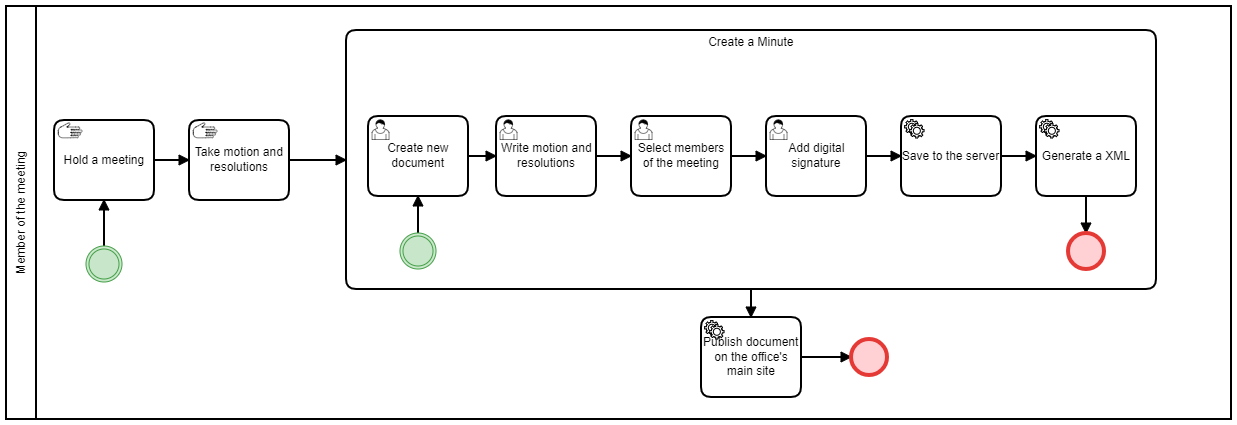
Earlier version of the BPMN export Documentation/BPMN/Image/Minute.png (abiisnn/Digital-Office). Its source is kept beside it as Documentation/BPMN/Minute.bpmn. Ids are renumbered.
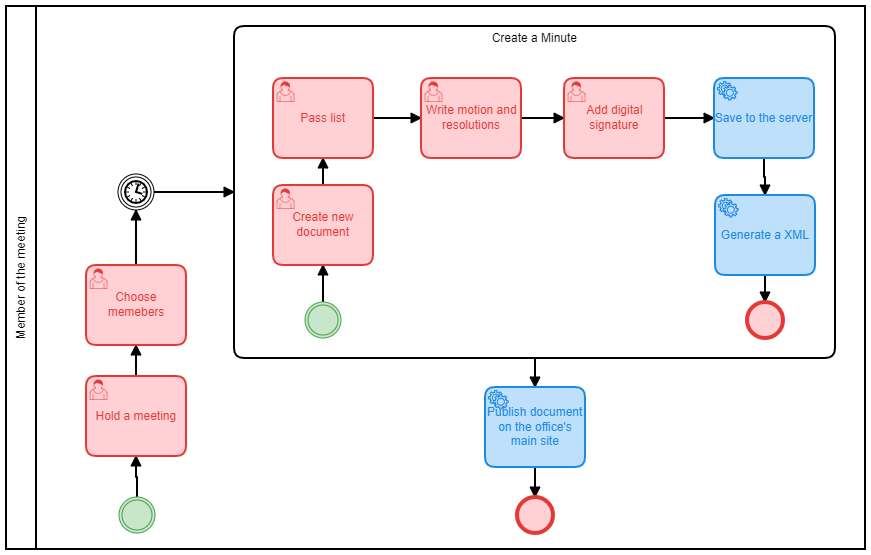
After the commit.

Diff of the diagram source:
```diff
@@ -3,12 +3,21 @@
     <bpmn:participant id="Participant_n3" name="Member of the meeting" processRef="Process_n4" />
   </bpmn:collaboration>
   <bpmn:process id="Process_n4" isExecutable="false">
+    <bpmn:sequenceFlow id="SequenceFlow_n29" sourceRef="Task_n7" targetRef="EndEvent_n30" />
+    <bpmn:sequenceFlow id="SequenceFlow_n12" sourceRef="IntermediateThrowEvent_n13" targetRef="Task_n11" />
     <bpmn:sequenceFlow id="SequenceFlow_n5" sourceRef="SubProcess_n6" targetRef="Task_n7" />
-    <bpmn:sequenceFlow id="SequenceFlow_n8" sourceRef="Task_n9" targetRef="SubProcess_n6" />
+    <bpmn:userTask id="Task_n11" name="Hold a meeting">
+      <bpmn:incoming>SequenceFlow_n12</bpmn:incoming>
+      <bpmn:outgoing>SequenceFlow_n10</bpmn:outgoing>
+    </bpmn:userTask>
+    <bpmn:userTask id="Task_n9" name="Choose memebers ">
+      <bpmn:incoming>SequenceFlow_n10</bpmn:incoming>
+      <bpmn:outgoing>SequenceFlow_n31</bpmn:outgoing>
+    </bpmn:userTask>
     <bpmn:sequenceFlow id="SequenceFlow_n10" sourceRef="Task_n11" targetRef="Task_n9" />
-    <bpmn:sequenceFlow id="SequenceFlow_n12" sourceRef="IntermediateThrowEvent_n13" targetRef="Task_n11" />
+    <bpmn:sequenceFlow id="SequenceFlow_n31" sourceRef="Task_n9" targetRef="IntermediateThrowEvent_n32" />
     <bpmn:subProcess id="SubProcess_n6" name="Create a Minute">
-      <bpmn:incoming>SequenceFlow_n8</bpmn:incoming>
+      <bpmn:incoming>SequenceFlow_n33</bpmn:incoming>
       <bpmn:outgoing>SequenceFlow_n5</bpmn:outgoing>
       <bpmn:intermediateThrowEvent id="IntermediateThrowEvent_n14">
         <bpmn:outgoing>SequenceFlow_n15</bpmn:outgoing>
@@ -16,21 +25,16 @@
       <bpmn:sequenceFlow id="SequenceFlow_n15" sourceRef="IntermediateThrowEvent_n14" targetRef="Task_n16" />
       <bpmn:userTask id="Task_n16" name="Create new document">
         <bpmn:incoming>SequenceFlow_n15</bpmn:incoming>
-        <bpmn:outgoing>SequenceFlow_n17</bpmn:outgoing>
+        <bpmn:outgoing>SequenceFlow_n34</bpmn:outgoing>
       </bpmn:userTask>
-      <bpmn:sequenceFlow id="SequenceFlow_n17" sourceRef="Task_n16" targetRef="Task_n18" />
+      <bpmn:sequenceFlow id="SequenceFlow_n17" sourceRef="Task_n35" targetRef="Task_n18" />
       <bpmn:userTask id="Task_n18" name="Write motion and resolutions ">
         <bpmn:incoming>SequenceFlow_n17</bpmn:incoming>
         <bpmn:outgoing>SequenceFlow_n19</bpmn:outgoing>
       </bpmn:userTask>
-      <bpmn:sequenceFlow id="SequenceFlow_n19" sourceRef="Task_n18" targetRef="Task_n20" />
-      <bpmn:userTask id="Task_n20" name="Select members of the meeting">
+      <bpmn:sequenceFlow id="SequenceFlow_n19" sourceRef="Task_n18" targetRef="Task_n22" />
+      <bpmn:userTask id="Task_n22" name="Add digital signature">
         <bpmn:incoming>SequenceFlow_n19</bpmn:incoming>
-        <bpmn:outgoing>SequenceFlow_n21</bpmn:outgoing>
-      </bpmn:userTask>
-      <bpmn:sequenceFlow id="SequenceFlow_n21" sourceRef="Task_n20" targetRef="Task_n22" />
-      <bpmn:userTask id="Task_n22" name="Add digital signature">
-        <bpmn:incoming>SequenceFlow_n21</bpmn:incoming>
         <bpmn:outgoing>SequenceFlow_n23</bpmn:outgoing>
       </bpmn:userTask>
       <bpmn:sequenceFlow id="SequenceFlow_n23" sourceRef="Task_n22" targetRef="Task_n24" />
@@ -47,124 +51,137 @@
         <bpmn:incoming>SequenceFlow_n25</bpmn:incoming>
         <bpmn:outgoing>SequenceFlow_n28</bpmn:outgoing>
       </bpmn:serviceTask>
+      <bpmn:userTask id="Task_n35" name="Pass list">
+        <bpmn:incoming>SequenceFlow_n34</bpmn:incoming>
+        <bpmn:outgoing>SequenceFlow_n17</bpmn:outgoing>
+      </bpmn:userTask>
+      <bpmn:sequenceFlow id="SequenceFlow_n34" sourceRef="Task_n16" targetRef="Task_n35" />
     </bpmn:subProcess>
-    <bpmn:manualTask id="Task_n9" name="Take motion and resolutions">
-      <bpmn:incoming>SequenceFlow_n10</bpmn:incoming>
-      <bpmn:outgoing>SequenceFlow_n8</bpmn:outgoing>
-    </bpmn:manualTask>
-    <bpmn:intermediateThrowEvent id="IntermediateThrowEvent_n13">
-      <bpmn:outgoing>SequenceFlow_n12</bpmn:outgoing>
-    </bpmn:intermediateThrowEvent>
-    <bpmn:manualTask id="Task_n11" name="Hold a meeting">
-      <bpmn:incoming>SequenceFlow_n12</bpmn:incoming>
-      <bpmn:outgoing>SequenceFlow_n10</bpmn:outgoing>
-    </bpmn:manualTask>
+    <bpmn:endEvent id="EndEvent_n30">
+      <bpmn:incoming>SequenceFlow_n29</bpmn:incoming>
+    </bpmn:endEvent>
     <bpmn:serviceTask id="Task_n7" name="Publish document on the office&#39;s main site">
       <bpmn:incoming>SequenceFlow_n5</bpmn:incoming>
       <bpmn:outgoing>SequenceFlow_n29</bpmn:outgoing>
     </bpmn:serviceTask>
-    <bpmn:endEvent id="EndEvent_n30">
-      <bpmn:incoming>SequenceFlow_n29</bpmn:incoming>
-    </bpmn:endEvent>
-    <bpmn:sequenceFlow id="SequenceFlow_n29" sourceRef="Task_n7" targetRef="EndEvent_n30" />
+    <bpmn:sequenceFlow id="SequenceFlow_n33" sourceRef="IntermediateThrowEvent_n32" targetRef="SubProcess_n6" />
+    <bpmn:intermediateCatchEvent id="IntermediateThrowEvent_n32">
+      <bpmn:incoming>SequenceFlow_n31</bpmn:incoming>
+      <bpmn:outgoing>SequenceFlow_n33</bpmn:outgoing>
+      <bpmn:timerEventDefinition />
+    </bpmn:intermediateCatchEvent>
+    <bpmn:intermediateThrowEvent id="IntermediateThrowEvent_n13">
+      <bpmn:outgoing>SequenceFlow_n12</bpmn:outgoing>
+    </bpmn:intermediateThrowEvent>
   </bpmn:process>
   <bpmndi:BPMNDiagram id="BPMNDiagram_1">
     <bpmndi:BPMNPlane id="BPMNPlane_1" bpmnElement="Collaboration_n2">
       <bpmndi:BPMNShape id="Participant_n3_di" bpmnElement="Participant_n3">
-        <dc:Bounds x="159" y="591" width="1225" height="413" />
+        <dc:Bounds x="36" y="585" width="859" height="543" />
       </bpmndi:BPMNShape>
       <bpmndi:BPMNShape id="IntermediateThrowEvent_n13_di" bpmnElement="IntermediateThrowEvent_n13" bioc:stroke="#43A047" bioc:fill="#C8E6C9">
-        <dc:Bounds x="239" y="831" width="36" height="36" />
+        <dc:Bounds x="149" y="1076" width="36" height="36" />
         <bpmndi:BPMNLabel>
           <dc:Bounds x="225" y="811" width="74" height="14" />
         </bpmndi:BPMNLabel>
       </bpmndi:BPMNShape>
       <bpmndi:BPMNEdge id="SequenceFlow_n12_di" bpmnElement="SequenceFlow_n12">
-        <di:waypoint x="257" y="831" />
-        <di:waypoint x="257" y="785" />
+        <di:waypoint x="167" y="1076" />
+        <di:waypoint x="167" y="1056" />
+        <di:waypoint x="166" y="1056" />
+        <di:waypoint x="166" y="1035" />
       </bpmndi:BPMNEdge>
-      <bpmndi:BPMNShape id="ManualTask_0o78kjg_di" bpmnElement="Task_n11">
-        <dc:Bounds x="207" y="705" width="100" height="80" />
+      <bpmndi:BPMNShape id="SubProcess_n6_di" bpmnElement="SubProcess_n6" isExpanded="true">
+        <dc:Bounds x="264" y="605" width="601" height="332" />
+      </bpmndi:BPMNShape>
+      <bpmndi:BPMNShape id="IntermediateThrowEvent_n14_di" bpmnElement="IntermediateThrowEvent_n14" bioc:stroke="#43A047" bioc:fill="#C8E6C9">
+        <dc:Bounds x="335" y="881" width="36" height="36" />
+      </bpmndi:BPMNShape>
+      <bpmndi:BPMNEdge id="SequenceFlow_n15_di" bpmnElement="SequenceFlow_n15">
+        <di:waypoint x="353" y="881" />
+        <di:waypoint x="353" y="844" />
+      </bpmndi:BPMNEdge>
+      <bpmndi:BPMNShape id="UserTask_03mkryo_di" bpmnElement="Task_n16" bioc:stroke="#E53935" bioc:fill="#FFCDD2">
+        <dc:Bounds x="303" y="764" width="100" height="80" />
+      </bpmndi:BPMNShape>
+      <bpmndi:BPMNEdge id="SequenceFlow_n17_di" bpmnElement="SequenceFlow_n17">
+        <di:waypoint x="403" y="697" />
+        <di:waypoint x="451" y="697" />
+      </bpmndi:BPMNEdge>
+      <bpmndi:BPMNShape id="UserTask_159x9qg_di" bpmnElement="Task_n18" bioc:stroke="#E53935" bioc:fill="#FFCDD2">
+        <dc:Bounds x="451" y="657" width="100" height="80" />
+      </bpmndi:BPMNShape>
+      <bpmndi:BPMNEdge id="SequenceFlow_n19_di" bpmnElement="SequenceFlow_n19">
+        <di:waypoint x="551" y="697" />
+        <di:waypoint x="594" y="697" />
+      </bpmndi:BPMNEdge>
+      <bpmndi:BPMNShape id="UserTask_1p6p7c7_di" bpmnElement="Task_n22" bioc:stroke="#E53935" bioc:fill="#FFCDD2">
+        <dc:Bounds x="594" y="657" width="100" height="80" />
+      </bpmndi:BPMNShape>
+      <bpmndi:BPMNEdge id="SequenceFlow_n23_di" bpmnElement="SequenceFlow_n23">
+        <di:waypoint x="694" y="697" />
+        <di:waypoint x="744" y="697" />
+      </bpmndi:BPMNEdge>
+      <bpmndi:BPMNShape id="ServiceTask_1vnrfz6_di" bpmnElement="Task_n24" bioc:stroke="#1E88E5" bioc:fill="#BBDEFB">
+        <dc:Bounds x="744" y="657" width="100" height="80" />
+      </bpmndi:BPMNShape>
+      <bpmndi:BPMNEdge id="SequenceFlow_n25_di" bpmnElement="SequenceFlow_n25">
+        <di:waypoint x="794" y="737" />
+        <di:waypoint x="794" y="756" />
+        <di:waypoint x="795" y="756" />
+        <di:waypoint x="795" y="774" />
+      </bpmndi:BPMNEdge>
+      <bpmndi:BPMNShape id="EndEvent_0t5uxlm_di" bpmnElement="StartEvent_n27" bioc:stroke="#E53935" bioc:fill="#FFCDD2">
+        <dc:Bounds x="777" y="881" width="36" height="36" />
+      </bpmndi:BPMNShape>
+      <bpmndi:BPMNEdge id="SequenceFlow_n28_di" bpmnElement="SequenceFlow_n28">
+        <di:waypoint x="795" y="854" />
+        <di:waypoint x="795" y="881" />
+      </bpmndi:BPMNEdge>
+      <bpmndi:BPMNEdge id="SequenceFlow_n5_di" bpmnElement="SequenceFlow_n5">
+        <di:waypoint x="565" y="937" />
+        <di:waypoint x="565" y="966" />
+      </bpmndi:BPMNEdge>
+      <bpmndi:BPMNShape id="ServiceTask_136jue9_di" bpmnElement="Task_n7" bioc:stroke="#1E88E5" bioc:fill="#BBDEFB">
+        <dc:Bounds x="515" y="966" width="100" height="80" />
+      </bpmndi:BPMNShape>
+      <bpmndi:BPMNShape id="ServiceTask_06s6r46_di" bpmnElement="Task_n26" bioc:stroke="#1E88E5" bioc:fill="#BBDEFB">
+        <dc:Bounds x="745" y="774" width="100" height="80" />
+      </bpmndi:BPMNShape>
+      <bpmndi:BPMNShape id="EndEvent_n30_di" bpmnElement="EndEvent_n30" bioc:stroke="#E53935" bioc:fill="#FFCDD2">
+        <dc:Bounds x="547" y="1076" width="36" height="36" />
+      </bpmndi:BPMNShape>
+      <bpmndi:BPMNEdge id="SequenceFlow_n29_di" bpmnElement="SequenceFlow_n29">
+        <di:waypoint x="565" y="1046" />
+        <di:waypoint x="565" y="1076" />
+      </bpmndi:BPMNEdge>
+      <bpmndi:BPMNShape id="UserTask_1x26zzp_di" bpmnElement="Task_n35" bioc:stroke="#E53935" bioc:fill="#FFCDD2">
+        <dc:Bounds x="303" y="657" width="100" height="80" />
+      </bpmndi:BPMNShape>
+      <bpmndi:BPMNShape id="UserTask_1jphhfi_di" bpmnElement="Task_n11" bioc:stroke="#E53935" bioc:fill="#FFCDD2">
+        <dc:Bounds x="116" y="955" width="100" height="80" />
+      </bpmndi:BPMNShape>
+      <bpmndi:BPMNEdge id="SequenceFlow_n34_di" bpmnElement="SequenceFlow_n34">
+        <di:waypoint x="353" y="764" />
+        <di:waypoint x="353" y="737" />
+      </bpmndi:BPMNEdge>
+      <bpmndi:BPMNShape id="UserTask_1b7b6h1_di" bpmnElement="Task_n9" bioc:stroke="#E53935" bioc:fill="#FFCDD2">
+        <dc:Bounds x="116" y="844" width="100" height="80" />
       </bpmndi:BPMNShape>
       <bpmndi:BPMNEdge id="SequenceFlow_n10_di" bpmnElement="SequenceFlow_n10">
-        <di:waypoint x="307" y="745" />
-        <di:waypoint x="342" y="745" />
+        <di:waypoint x="166" y="955" />
+        <di:waypoint x="166" y="924" />
       </bpmndi:BPMNEdge>
-      <bpmndi:BPMNShape id="ManualTask_01umzze_di" bpmnElement="Task_n9">
-        <dc:Bounds x="342" y="705" width="100" height="80" />
+      <bpmndi:BPMNEdge id="SequenceFlow_n31_di" bpmnElement="SequenceFlow_n31">
+        <di:waypoint x="166" y="844" />
+        <di:waypoint x="166" y="789" />
+      </bpmndi:BPMNEdge>
+      <bpmndi:BPMNShape id="IntermediateCatchEvent_1wgw34j_di" bpmnElement="IntermediateThrowEvent_n32">
+        <dc:Bounds x="148" y="753" width="36" height="36" />
       </bpmndi:BPMNShape>
-      <bpmndi:BPMNShape id="SubProcess_n6_di" bpmnElement="SubProcess_n6" isExpanded="true">
-        <dc:Bounds x="499" y="615" width="810" height="259" />
-      </bpmndi:BPMNShape>
-      <bpmndi:BPMNEdge id="SequenceFlow_n8_di" bpmnElement="SequenceFlow_n8">
-        <di:waypoint x="442" y="745" />
-        <di:waypoint x="499" y="745" />
-      </bpmndi:BPMNEdge>
-      <bpmndi:BPMNShape id="IntermediateThrowEvent_n14_di" bpmnElement="IntermediateThrowEvent_n14" bioc:stroke="#43A047" bioc:fill="#C8E6C9">
-        <dc:Bounds x="553" y="818" width="36" height="36" />
-      </bpmndi:BPMNShape>
-      <bpmndi:BPMNEdge id="SequenceFlow_n15_di" bpmnElement="SequenceFlow_n15">
-        <di:waypoint x="571" y="818" />
-        <di:waypoint x="571" y="781" />
-      </bpmndi:BPMNEdge>
-      <bpmndi:BPMNShape id="UserTask_03mkryo_di" bpmnElement="Task_n16">
-        <dc:Bounds x="521" y="701" width="100" height="80" />
-      </bpmndi:BPMNShape>
-      <bpmndi:BPMNEdge id="SequenceFlow_n17_di" bpmnElement="SequenceFlow_n17">
-        <di:waypoint x="621" y="741" />
-        <di:waypoint x="649" y="741" />
-      </bpmndi:BPMNEdge>
-      <bpmndi:BPMNShape id="UserTask_159x9qg_di" bpmnElement="Task_n18">
-        <dc:Bounds x="649" y="701" width="100" height="80" />
-      </bpmndi:BPMNShape>
-      <bpmndi:BPMNEdge id="SequenceFlow_n19_di" bpmnElement="SequenceFlow_n19">
-        <di:waypoint x="749" y="741" />
-        <di:waypoint x="784" y="741" />
-      </bpmndi:BPMNEdge>
-      <bpmndi:BPMNShape id="UserTask_18qsv4m_di" bpmnElement="Task_n20">
-        <dc:Bounds x="784" y="701" width="100" height="80" />
-      </bpmndi:BPMNShape>
-      <bpmndi:BPMNEdge id="SequenceFlow_n21_di" bpmnElement="SequenceFlow_n21">
-        <di:waypoint x="884" y="741" />
-        <di:waypoint x="919" y="741" />
-      </bpmndi:BPMNEdge>
-      <bpmndi:BPMNShape id="UserTask_1p6p7c7_di" bpmnElement="Task_n22">
-        <dc:Bounds x="919" y="701" width="100" height="80" />
-      </bpmndi:BPMNShape>
-      <bpmndi:BPMNEdge id="SequenceFlow_n23_di" bpmnElement="SequenceFlow_n23">
-        <di:waypoint x="1019" y="741" />
-        <di:waypoint x="1054" y="741" />
-      </bpmndi:BPMNEdge>
-      <bpmndi:BPMNShape id="ServiceTask_1vnrfz6_di" bpmnElement="Task_n24">
-        <dc:Bounds x="1054" y="701" width="100" height="80" />
-      </bpmndi:BPMNShape>
-      <bpmndi:BPMNEdge id="SequenceFlow_n25_di" bpmnElement="SequenceFlow_n25">
-        <di:waypoint x="1154" y="741" />
-        <di:waypoint x="1189" y="741" />
-      </bpmndi:BPMNEdge>
-      <bpmndi:BPMNShape id="EndEvent_0t5uxlm_di" bpmnElement="StartEvent_n27" bioc:stroke="#E53935" bioc:fill="#FFCDD2">
-        <dc:Bounds x="1221" y="818" width="36" height="36" />
-      </bpmndi:BPMNShape>
-      <bpmndi:BPMNEdge id="SequenceFlow_n28_di" bpmnElement="SequenceFlow_n28">
-        <di:waypoint x="1239" y="781" />
-        <di:waypoint x="1239" y="818" />
-      </bpmndi:BPMNEdge>
-      <bpmndi:BPMNEdge id="SequenceFlow_n5_di" bpmnElement="SequenceFlow_n5">
-        <di:waypoint x="904" y="874" />
-        <di:waypoint x="904" y="902" />
-      </bpmndi:BPMNEdge>
-      <bpmndi:BPMNShape id="ServiceTask_136jue9_di" bpmnElement="Task_n7">
-        <dc:Bounds x="854" y="902" width="100" height="80" />
-      </bpmndi:BPMNShape>
-      <bpmndi:BPMNShape id="ServiceTask_06s6r46_di" bpmnElement="Task_n26">
-        <dc:Bounds x="1189" y="701" width="100" height="80" />
-      </bpmndi:BPMNShape>
-      <bpmndi:BPMNShape id="EndEvent_n30_di" bpmnElement="EndEvent_n30" bioc:stroke="#E53935" bioc:fill="#FFCDD2">
-        <dc:Bounds x="1004" y="924" width="36" height="36" />
-      </bpmndi:BPMNShape>
-      <bpmndi:BPMNEdge id="SequenceFlow_n29_di" bpmnElement="SequenceFlow_n29">
-        <di:waypoint x="954" y="942" />
-        <di:waypoint x="1004" y="942" />
+      <bpmndi:BPMNEdge id="SequenceFlow_n33_di" bpmnElement="SequenceFlow_n33">
+        <di:waypoint x="184" y="771" />
+        <di:waypoint x="264" y="771" />
       </bpmndi:BPMNEdge>
     </bpmndi:BPMNPlane>
   </bpmndi:BPMNDiagram>
```
